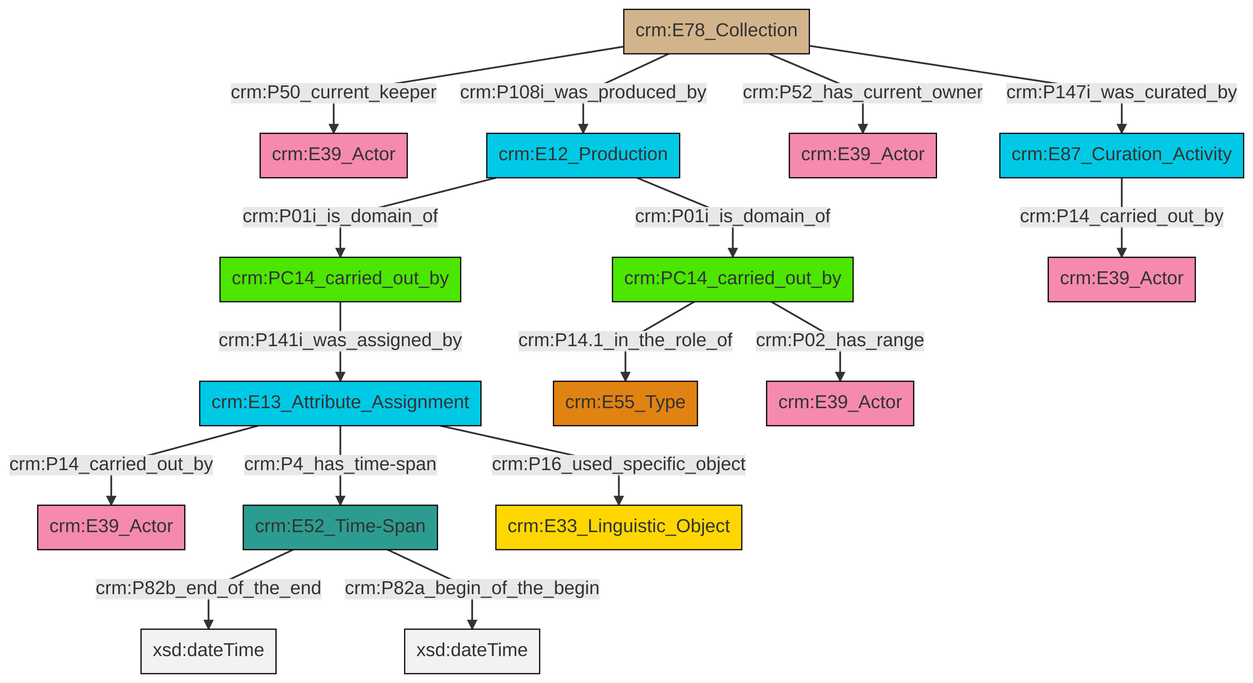
This is et/archivalCSV/ttl/mmd/png/archival_relation.png from swiss-art-research-net/docs.swissartresearch, a Mermaid export, as it was before one commit. Its source is kept beside it as et/archivalCSV/ttl/mmd/archival_relation.ttl.mmd.
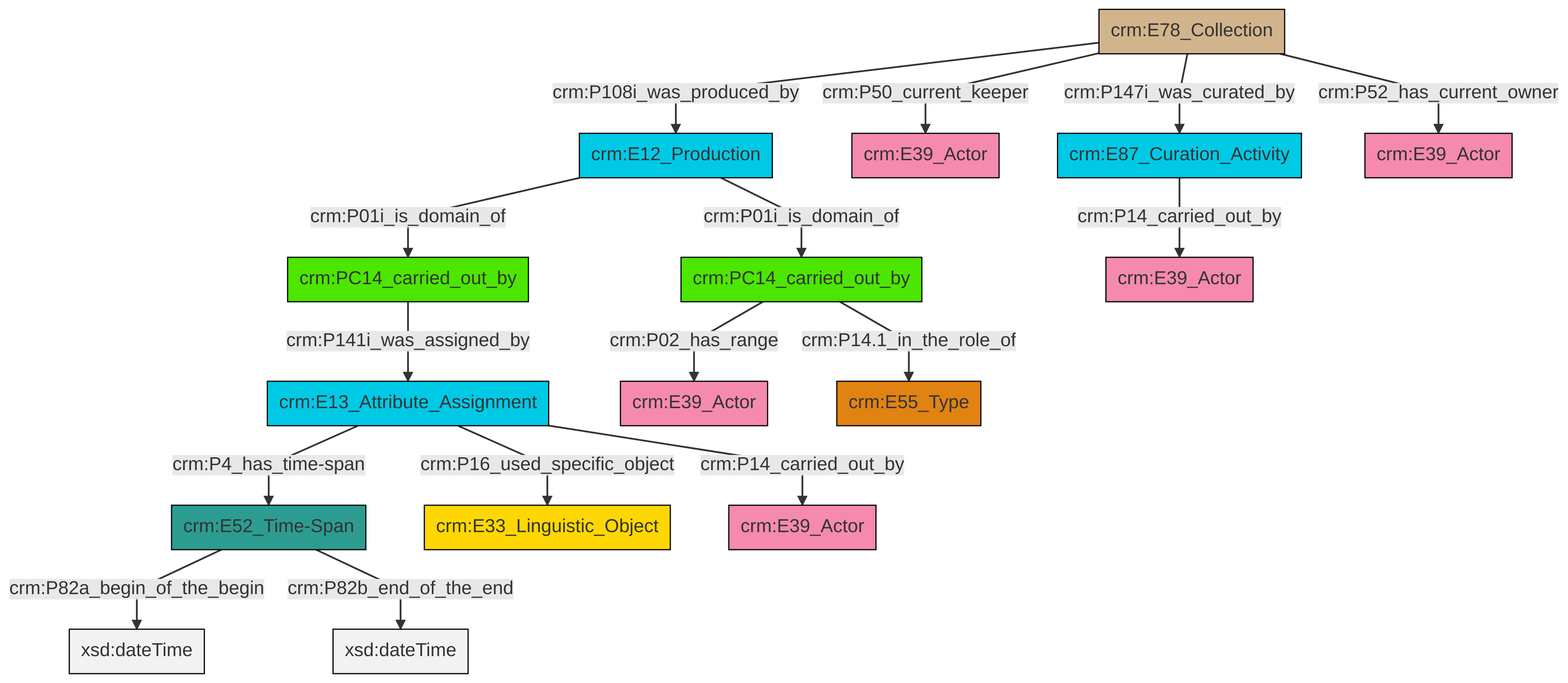
The same file after the commit.

Diff of the diagram source:
```diff
@@ -13,18 +13,18 @@
 classDef PC_Classes fill:#4ce600, stroke:#000000;
 classDef Multi fill:#cccccc,stroke:#000000;
 
-2["crm:E13_Attribute_Assignment"]:::Temporal_Entity -->|crm:P14_carried_out_by| 3["crm:E39_Actor"]:::Actor
-8["crm:E12_Production"]:::Temporal_Entity -->|crm:P01i_is_domain_of| 9["crm:PC14_carried_out_by"]:::PC_Classes
-8["crm:E12_Production"]:::Temporal_Entity -->|crm:P01i_is_domain_of| 10["crm:PC14_carried_out_by"]:::PC_Classes
-11["crm:E78_Collection"]:::Physical_Thing -->|crm:P52_has_current_owner| 12["crm:E39_Actor"]:::Actor
-13["crm:E87_Curation_Activity"]:::Temporal_Entity -->|crm:P14_carried_out_by| 14["crm:E39_Actor"]:::Actor
-2["crm:E13_Attribute_Assignment"]:::Temporal_Entity -->|crm:P16_used_specific_object| 17["crm:E33_Linguistic_Object"]:::Conceptual_Object
-11["crm:E78_Collection"]:::Physical_Thing -->|crm:P147i_was_curated_by| 13["crm:E87_Curation_Activity"]:::Temporal_Entity
-10["crm:PC14_carried_out_by"]:::PC_Classes -->|crm:P141i_was_assigned_by| 2["crm:E13_Attribute_Assignment"]:::Temporal_Entity
-4["crm:E52_Time-Span"]:::Time-Span -->|crm:P82b_end_of_the_end| 19[xsd:dateTime]:::Literal
-2["crm:E13_Attribute_Assignment"]:::Temporal_Entity -->|crm:P4_has_time-span| 4["crm:E52_Time-Span"]:::Time-Span
-4["crm:E52_Time-Span"]:::Time-Span -->|crm:P82a_begin_of_the_begin| 25[xsd:dateTime]:::Literal
-9["crm:PC14_carried_out_by"]:::PC_Classes -->|crm:P14.1_in_the_role_of| 6["crm:E55_Type"]:::Type
-11["crm:E78_Collection"]:::Physical_Thing -->|crm:P50_current_keeper| 0["crm:E39_Actor"]:::Actor
-11["crm:E78_Collection"]:::Physical_Thing -->|crm:P108i_was_produced_by| 8["crm:E12_Production"]:::Temporal_Entity
-9["crm:PC14_carried_out_by"]:::PC_Classes -->|crm:P02_has_range| 23["crm:E39_Actor"]:::Actor
+0["crm:E52_Time-Span"]:::Time-Span -->|crm:P82a_begin_of_the_begin| 1[xsd:dateTime]:::Literal
+2["crm:E78_Collection"]:::Physical_Thing -->|crm:P147i_was_curated_by| 3["crm:E87_Curation_Activity"]:::Temporal_Entity
+5["crm:PC14_carried_out_by"]:::PC_Classes -->|crm:P141i_was_assigned_by| 6["crm:E13_Attribute_Assignment"]:::Temporal_Entity
+6["crm:E13_Attribute_Assignment"]:::Temporal_Entity -->|crm:P4_has_time-span| 0["crm:E52_Time-Span"]:::Time-Span
+11["crm:PC14_carried_out_by"]:::PC_Classes -->|crm:P02_has_range| 12["crm:E39_Actor"]:::Actor
+9["crm:E12_Production"]:::Temporal_Entity -->|crm:P01i_is_domain_of| 11["crm:PC14_carried_out_by"]:::PC_Classes
+2["crm:E78_Collection"]:::Physical_Thing -->|crm:P108i_was_produced_by| 9["crm:E12_Production"]:::Temporal_Entity
+2["crm:E78_Collection"]:::Physical_Thing -->|crm:P52_has_current_owner| 19["crm:E39_Actor"]:::Actor
+6["crm:E13_Attribute_Assignment"]:::Temporal_Entity -->|crm:P16_used_specific_object| 22["crm:E33_Linguistic_Object"]:::Conceptual_Object
+6["crm:E13_Attribute_Assignment"]:::Temporal_Entity -->|crm:P14_carried_out_by| 23["crm:E39_Actor"]:::Actor
+11["crm:PC14_carried_out_by"]:::PC_Classes -->|crm:P14.1_in_the_role_of| 17["crm:E55_Type"]:::Type
+2["crm:E78_Collection"]:::Physical_Thing -->|crm:P50_current_keeper| 7["crm:E39_Actor"]:::Actor
+9["crm:E12_Production"]:::Temporal_Entity -->|crm:P01i_is_domain_of| 5["crm:PC14_carried_out_by"]:::PC_Classes
+3["crm:E87_Curation_Activity"]:::Temporal_Entity -->|crm:P14_carried_out_by| 26["crm:E39_Actor"]:::Actor
+0["crm:E52_Time-Span"]:::Time-Span -->|crm:P82b_end_of_the_end| 27[xsd:dateTime]:::Literal
```
